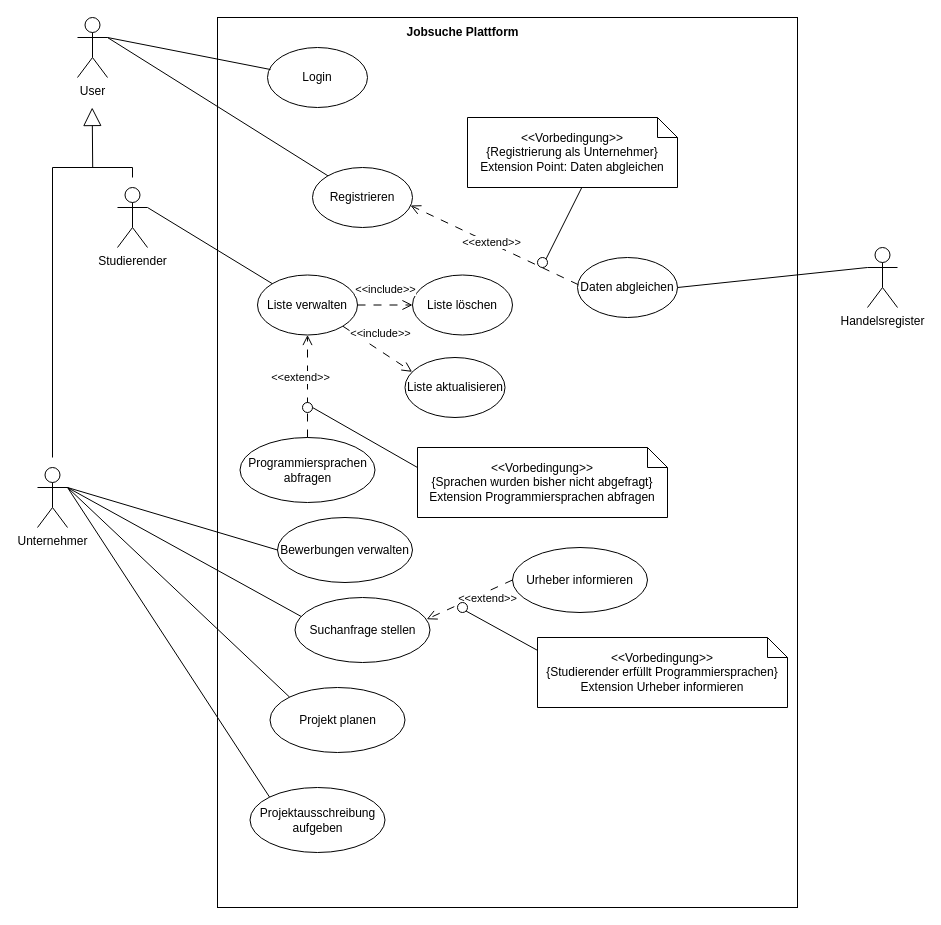
Above: Uebung5/Use-Case_Martin.drawio in Software-Engineering-Team-HBRS/uebungsaufgaben (draw.io), before the change. Source tidied: cells renumbered, new cells numbered last; positions are measured from the earlier drawing's top-left corner, leaving out a move shared by most shapes. Both pictures are drawn from the tidied source at 100%, with x=0, y=0 at pixel (37, 17).
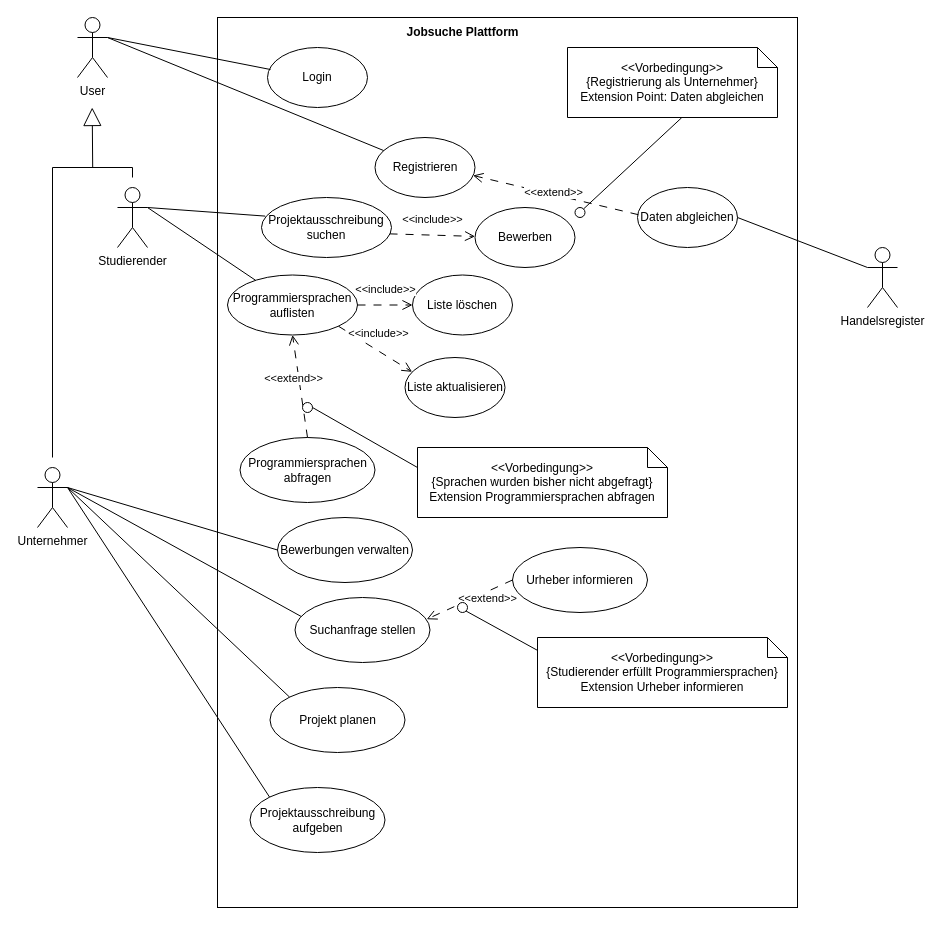
The same diagram, later.

The change refers to these unchanged cells:
```xml
<mxCell id="4" value="Studierender" style="shape=umlActor;verticalLabelPosition=bottom;verticalAlign=top;html=1;outlineConnect=0;" parent="1" vertex="1">
  <mxGeometry x="80" y="170" width="30" height="60" as="geometry" />
</mxCell>
```

What changed in the source:
```diff
@@
     <mxCell id="11" value="Registrieren" style="ellipse;whiteSpace=wrap;html=1;" parent="1" vertex="1">
-      <mxGeometry x="275" y="150" width="100" height="60" as="geometry" />
+      <mxGeometry x="337.5" y="120" width="100" height="60" as="geometry" />
     </mxCell>
@@
     <mxCell id="13" value="Daten abgleichen" style="ellipse;whiteSpace=wrap;html=1;" parent="1" vertex="1">
-      <mxGeometry x="540" y="240" width="100" height="60" as="geometry" />
+      <mxGeometry x="600" y="170" width="100" height="60" as="geometry" />
     </mxCell>
@@
     <mxCell id="15" value="&amp;lt;&amp;lt;Vorbedingung&amp;gt;&amp;gt;&lt;div&gt;{Registrierung als Unternehmer}&lt;/div&gt;&lt;div&gt;Extension Point: Daten abgleichen&lt;/div&gt;" style="shape=note;size=20;whiteSpace=wrap;html=1;" parent="1" vertex="1">
-      <mxGeometry x="430" y="100" width="210" height="70" as="geometry" />
+      <mxGeometry x="530" y="30" width="210" height="70" as="geometry" />
     </mxCell>
     <mxCell id="16" style="ellipse;whiteSpace=wrap;html=1;" parent="1" vertex="1">
-      <mxGeometry x="500" y="240" width="10" height="10" as="geometry" />
+      <mxGeometry x="537.5" y="190" width="10" height="10" as="geometry" />
     </mxCell>
@@
-    <mxCell id="19" value="Liste verwalten" style="ellipse;whiteSpace=wrap;html=1;" parent="1" vertex="1">
-      <mxGeometry x="220" y="257.5" width="100" height="60" as="geometry" />
+    <mxCell id="19" value="Programmiersprachen auflisten" style="ellipse;whiteSpace=wrap;html=1;" parent="1" vertex="1">
+      <mxGeometry x="190" y="257.5" width="130" height="60" as="geometry" />
     </mxCell>
@@
+    <mxCell id="44" value="Projektausschreibung suchen" style="ellipse;whiteSpace=wrap;html=1;" parent="1" vertex="1">
+      <mxGeometry x="224" y="180" width="130" height="60" as="geometry" />
+    </mxCell>
+    <mxCell id="45" style="endArrow=none;html=1;rounded=0;exitX=1;exitY=0.3333333333333333;exitDx=0;exitDy=0;exitPerimeter=0;entryX=0.028;entryY=0.31;entryDx=0;entryDy=0;entryPerimeter=0;" parent="1" edge="1" source="4" target="44">
+      <mxGeometry relative="1" as="geometry" />
+    </mxCell>
+    <mxCell id="46" value="&amp;lt;&amp;lt;include&amp;gt;&amp;gt;" style="html=1;verticalAlign=bottom;endArrow=open;dashed=1;endSize=8;curved=0;rounded=0;dashPattern=8 8;exitX=0.985;exitY=0.606;exitDx=0;exitDy=0;exitPerimeter=0;" parent="1" edge="1" source="44" target="47">
+      <mxGeometry y="7" relative="1" as="geometry" />
+    </mxCell>
+    <mxCell id="47" value="Bewerben" style="ellipse;whiteSpace=wrap;html=1;" parent="1" vertex="1">
+      <mxGeometry x="437.5" y="190" width="100" height="60" as="geometry" />
+    </mxCell>
```
